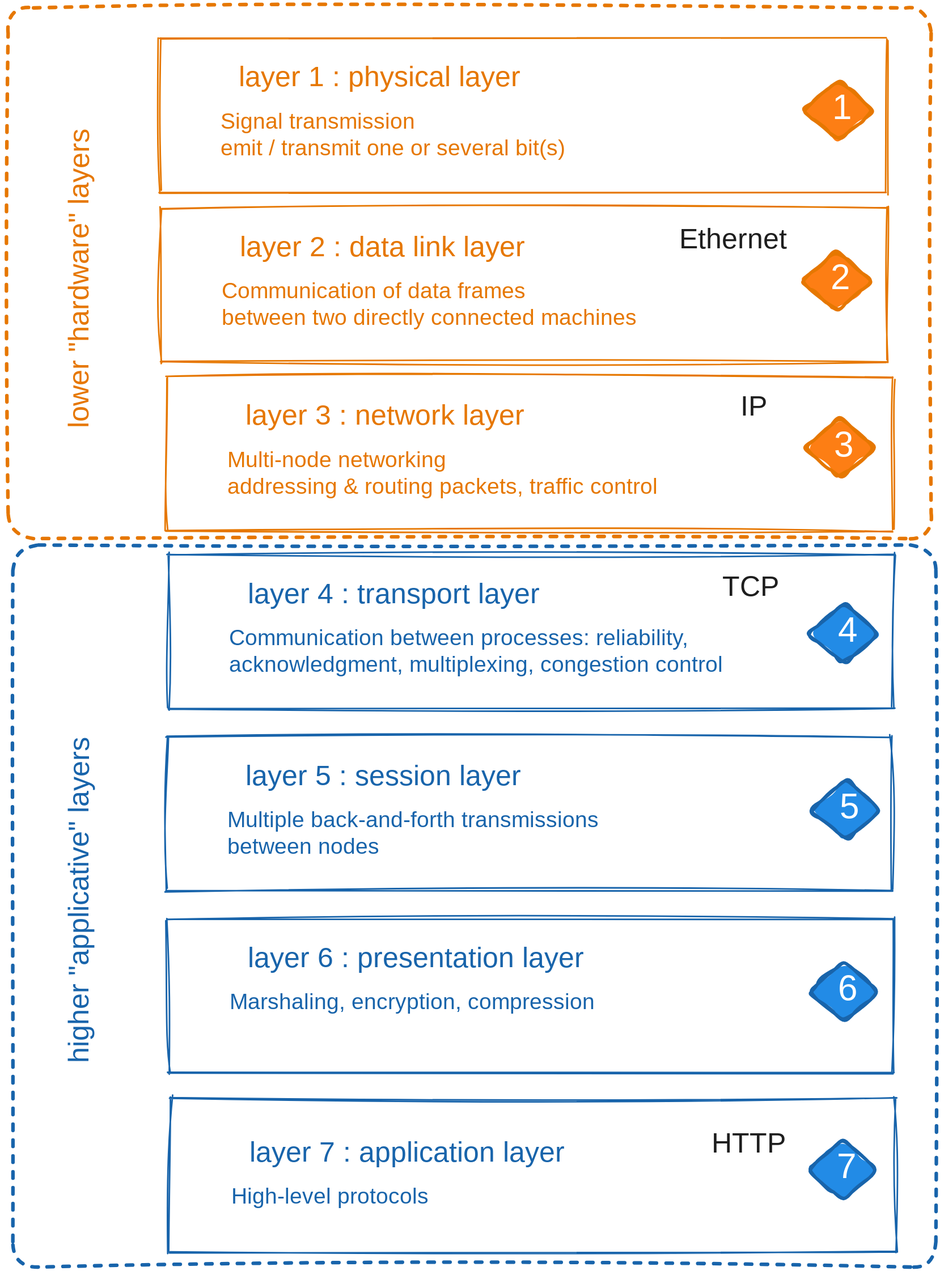
Earlier version of the Excalidraw export notebooks/media/osi-model.excalidraw.svg (ue22-p25/backend). Source tidied: one line per element, renumbered; positions are measured from the earlier drawing's top-left corner, leaving out a move shared by most shapes.
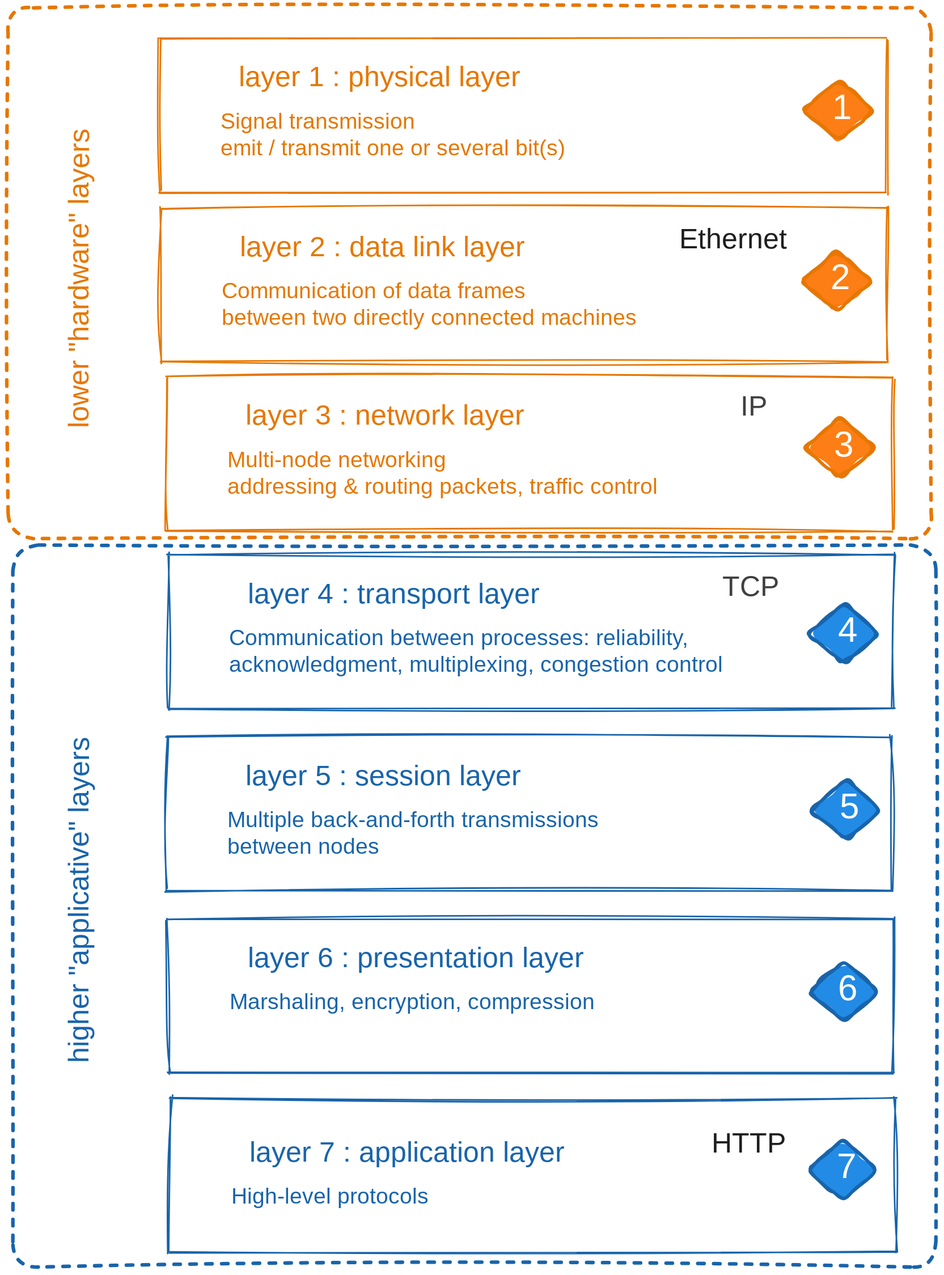
Above is the later version.

Change to the diagram source:
```diff
@@ -38,6 +38,6 @@
 {"id": 37, "type": "text", "text": "lower \"hardware\" layers", "strokeColor": "#e67700", "angle": 4.71, "strokeWidth": 4, "strokeStyle": "dashed", "roughness": 2, "fontSize": 36, "fontFamily": 1, "textAlign": "center", "x": 18, "y": 319, "width": 410, "height": 43}
 {"id": 38, "type": "text", "text": "higher \"applicative\" layers", "strokeColor": "#1864ab", "angle": 4.71, "strokeWidth": 4, "strokeStyle": "dashed", "roughness": 2, "fontSize": 36, "fontFamily": 1, "textAlign": "center", "x": 0, "y": 1103, "width": 447, "height": 43}
 {"id": 39, "type": "text", "text": "Ethernet", "strokeColor": "#1e1e1e", "strokeWidth": 2, "roughness": 1, "fontSize": 36, "fontFamily": 5, "textAlign": "center", "x": 966, "y": 271, "width": 158, "height": 45}
-{"id": 40, "type": "text", "text": "IP", "strokeColor": "#1e1e1e", "strokeWidth": 2, "roughness": 1, "fontSize": 36, "fontFamily": 5, "textAlign": "center", "x": 1048, "y": 482, "width": 45, "height": 45}
+{"id": 40, "type": "text", "text": "IP", "strokeColor": "#404040", "strokeWidth": 2, "roughness": 1, "fontSize": 36, "fontFamily": 5, "textAlign": "center", "x": 1048, "y": 482, "width": 45, "height": 45}
-{"id": 41, "type": "text", "text": "TCP", "strokeColor": "#1e1e1e", "strokeWidth": 2, "roughness": 1, "fontSize": 36, "fontFamily": 5, "textAlign": "center", "x": 1028, "y": 709, "width": 79, "height": 45}
+{"id": 41, "type": "text", "text": "TCP", "strokeColor": "#404040", "strokeWidth": 2, "roughness": 1, "fontSize": 36, "fontFamily": 5, "textAlign": "center", "x": 1028, "y": 709, "width": 79, "height": 45}
 {"id": 42, "type": "text", "text": "HTTP", "strokeColor": "#1e1e1e", "strokeWidth": 2, "roughness": 1, "fontSize": 36, "fontFamily": 5, "textAlign": "center", "x": 1011, "y": 1411, "width": 107, "height": 45}
```
